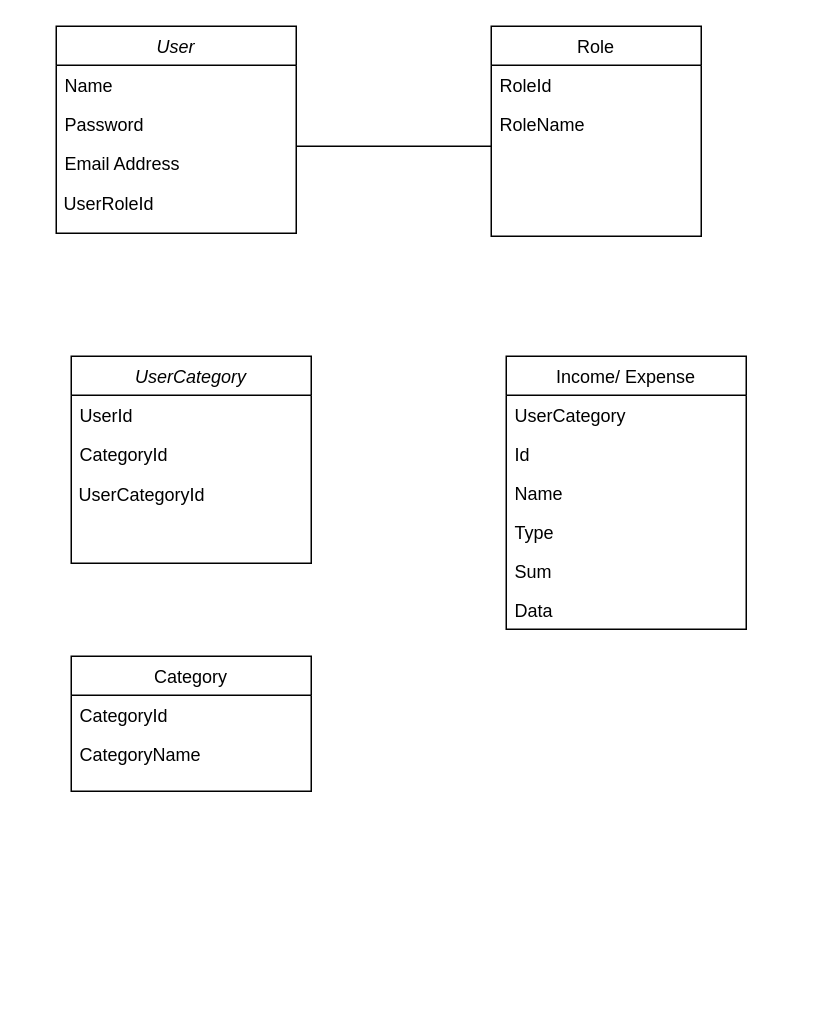
This is charts/ERD.drawio from iuliali/budget-tracker, a draw.io file, before an edit. Source tidied: cells renumbered, new cells numbered last; positions are measured from the earlier drawing's top-left corner, leaving out a move shared by most shapes. Both pictures are drawn from the tidied source at 150%, with x=0, y=0 at pixel (56, 26).
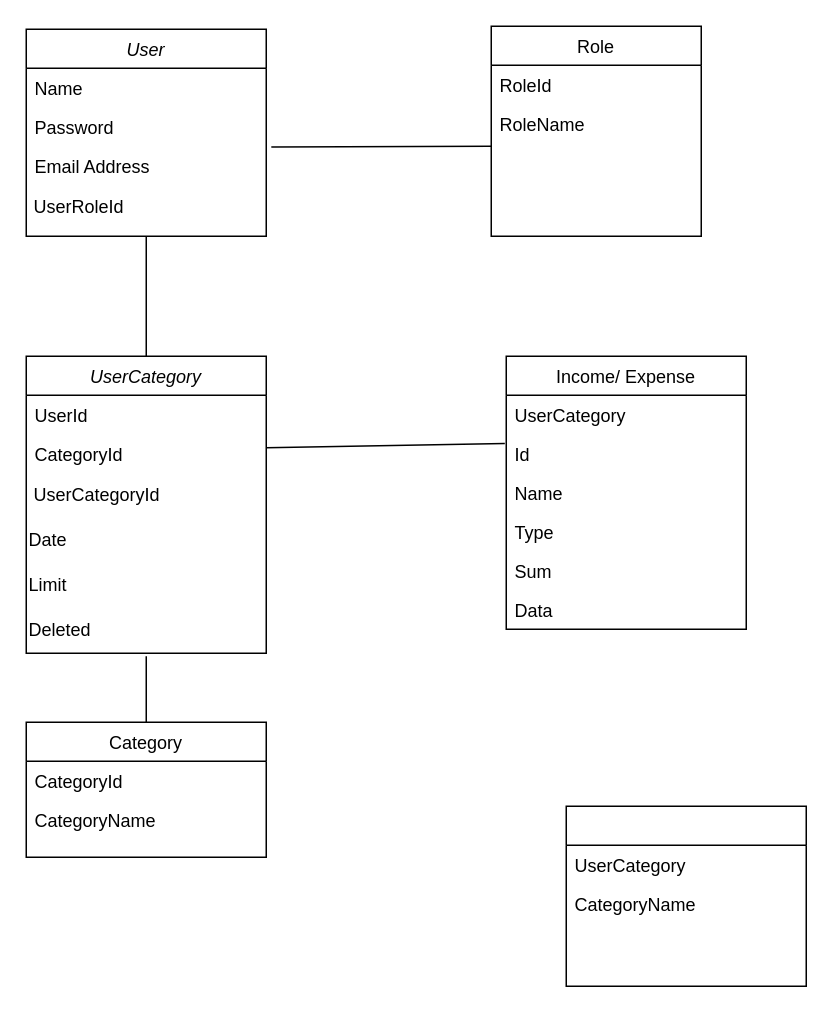
Above is the later version.

Unchanged cells that the change refers to:
```xml
<mxCell id="5" value="Email Address" style="text;align=left;verticalAlign=top;spacingLeft=4;spacingRight=4;overflow=hidden;points=[[0,0.5],[1,0.5]];portConstraint=eastwest;rounded=0;shadow=0;html=0;" parent="2" vertex="1">
  <mxGeometry y="78" width="160" height="26" as="geometry" />
</mxCell>
<mxCell id="12" value="Id" style="text;align=left;verticalAlign=top;spacingLeft=4;spacingRight=4;overflow=hidden;points=[[0,0.5],[1,0.5]];portConstraint=eastwest;" parent="10" vertex="1">
  <mxGeometry y="52" width="160" height="26" as="geometry" />
</mxCell>
```

The edit, as a diff of the source:
```diff
@@
     <mxCell id="2" value="User" style="swimlane;fontStyle=2;align=center;verticalAlign=top;horizontal=1;startSize=26;rounded=0;shadow=0;strokeWidth=1;" parent="1" vertex="1">
-      <mxGeometry width="160" height="138" as="geometry" />
+      <mxGeometry x="-20" y="2" width="160" height="138" as="geometry" />
     </mxCell>
@@
     <mxCell id="7" value="Category" style="swimlane;fontStyle=0;align=center;verticalAlign=top;horizontal=1;startSize=26;rounded=0;shadow=0;strokeWidth=1;" parent="1" vertex="1">
-      <mxGeometry x="10" y="420" width="160" height="90" as="geometry" />
+      <mxGeometry x="-20" y="464" width="160" height="90" as="geometry" />
     </mxCell>
@@
-    <mxCell id="20" style="endArrow=none;html=1;rounded=0;" parent="1" edge="1">
+    <mxCell id="20" style="endArrow=none;html=1;rounded=0;exitX=1.021;exitY=0.022;exitDx=0;exitDy=0;exitPerimeter=0;" parent="1" edge="1" source="5">
       <mxGeometry relative="1" as="geometry">
-        <mxPoint x="160" y="80" as="sourcePoint" />
         <mxPoint x="290" y="80" as="targetPoint" />
       </mxGeometry>
     </mxCell>
     <mxCell id="21" value="UserCategory" style="swimlane;fontStyle=2;align=center;verticalAlign=top;horizontal=1;startSize=26;rounded=0;shadow=0;strokeWidth=1;" parent="1" vertex="1">
-      <mxGeometry x="10" y="220" width="160" height="138" as="geometry" />
+      <mxGeometry x="-20" y="220" width="160" height="198" as="geometry" />
     </mxCell>
@@
+    <mxCell id="25" value="Date" style="text;html=1;align=left;verticalAlign=middle;strokeColor=none;fillColor=none;" parent="21" vertex="1">
+      <mxGeometry y="108" width="160" height="30" as="geometry" />
+    </mxCell>
+    <mxCell id="26" value="Limit" style="text;html=1;align=left;verticalAlign=middle;strokeColor=none;fillColor=none;" parent="21" vertex="1">
+      <mxGeometry y="138" width="160" height="30" as="geometry" />
+    </mxCell>
+    <mxCell id="27" value="Deleted" style="text;html=1;align=left;verticalAlign=middle;strokeColor=none;fillColor=none;" parent="21" vertex="1">
+      <mxGeometry y="168" width="160" height="30" as="geometry" />
+    </mxCell>
+    <mxCell id="28" style="endArrow=none;html=1;rounded=0;entryX=0.5;entryY=0;entryDx=0;entryDy=0;exitX=0.5;exitY=1;exitDx=0;exitDy=0;" parent="1" edge="1" source="2" target="21">
+      <mxGeometry relative="1" as="geometry" />
+    </mxCell>
+    <mxCell id="29" style="endArrow=none;html=1;rounded=0;entryX=0.5;entryY=0;entryDx=0;entryDy=0;" parent="1" edge="1" target="7">
+      <mxGeometry relative="1" as="geometry">
+        <mxPoint x="60" y="420" as="sourcePoint" />
+      </mxGeometry>
+    </mxCell>
+    <mxCell id="30" style="endArrow=none;html=1;rounded=0;exitX=1.021;exitY=0.022;exitDx=0;exitDy=0;exitPerimeter=0;entryX=-0.006;entryY=0.239;entryDx=0;entryDy=0;entryPerimeter=0;" parent="1" edge="1" target="12">
+      <mxGeometry relative="1" as="geometry">
+        <mxPoint x="140" y="281" as="sourcePoint" />
+      </mxGeometry>
+    </mxCell>
+    <mxCell id="31" style="swimlane;fontStyle=0;align=center;verticalAlign=top;horizontal=1;startSize=26;rounded=0;shadow=0;strokeWidth=1;" parent="1" vertex="1">
+      <mxGeometry x="340" y="520" width="160" height="120" as="geometry" />
+    </mxCell>
+    <mxCell id="32" value="UserCategory" style="text;align=left;verticalAlign=top;spacingLeft=4;spacingRight=4;overflow=hidden;" parent="31" vertex="1">
+      <mxGeometry y="26" width="160" height="26" as="geometry" />
+    </mxCell>
+    <mxCell id="33" value="CategoryName" style="text;align=left;verticalAlign=top;spacingLeft=4;spacingRight=4;overflow=hidden;" parent="31" vertex="1">
+      <mxGeometry y="52" width="160" height="26" as="geometry" />
+    </mxCell>
```
